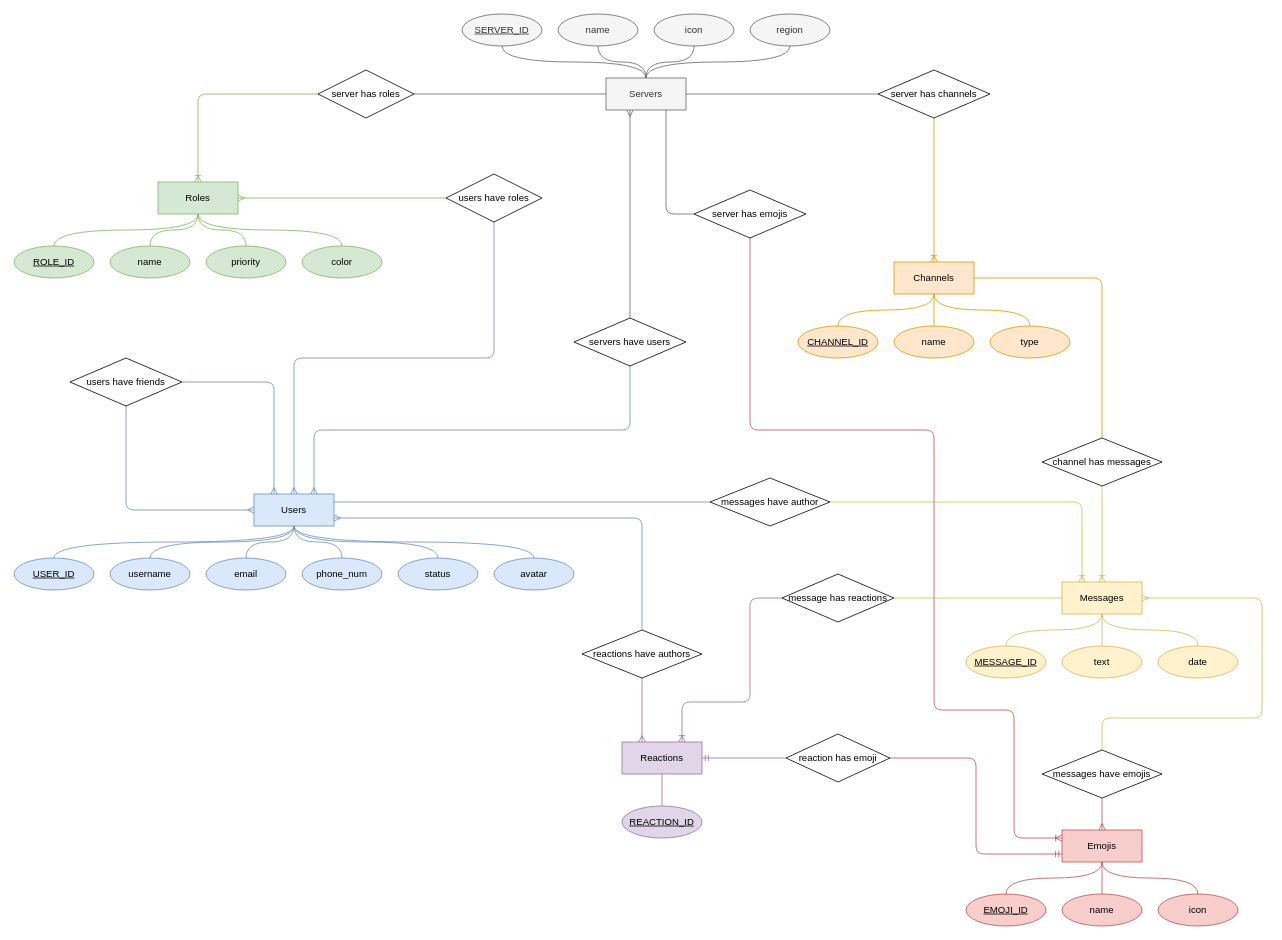
This is diagrams/Discord_ER.drawio from Mruzik1/Database-Application, a draw.io file, before an edit. Source tidied: cells renumbered, new cells numbered last; positions are measured from the earlier drawing's top-left corner, leaving out a move shared by most shapes. Both pictures are drawn from the tidied source at 80%, with x=0, y=0 at pixel (14, 14).
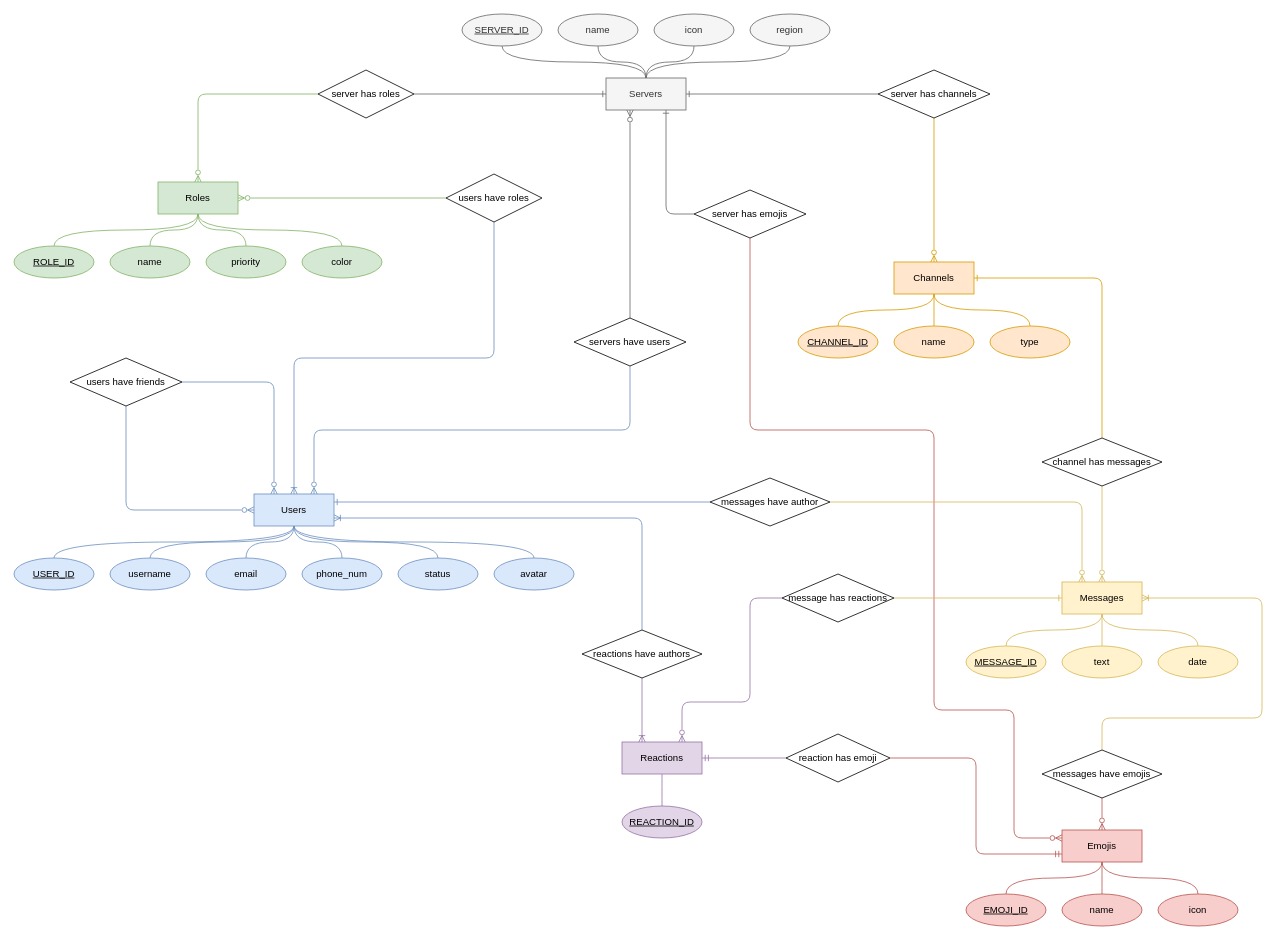
The same page after the edit.

The change refers to these unchanged cells:
```xml
<mxCell id="6" value="Emojis" style="whiteSpace=wrap;html=1;align=center;fillColor=#f8cecc;strokeColor=#b85450;" parent="1" vertex="1">
  <mxGeometry x="1310" y="1020" width="100" height="40" as="geometry" />
</mxCell>
<mxCell id="10" value="Channels" style="whiteSpace=wrap;html=1;align=center;fillColor=#ffe6cc;strokeColor=#d79b00;" parent="1" vertex="1">
  <mxGeometry x="1100" y="310" width="100" height="40" as="geometry" />
</mxCell>
<mxCell id="17" value="Servers" style="whiteSpace=wrap;html=1;align=center;fillColor=#f5f5f5;fontColor=#333333;strokeColor=#666666;" parent="1" vertex="1">
  <mxGeometry x="740" y="80" width="100" height="40" as="geometry" />
</mxCell>
<mxCell id="21" value="Messages" style="whiteSpace=wrap;html=1;align=center;fillColor=#fff2cc;strokeColor=#d6b656;" parent="1" vertex="1">
  <mxGeometry x="1310" y="710" width="100" height="40" as="geometry" />
</mxCell>
<mxCell id="32" value="Users" style="whiteSpace=wrap;html=1;align=center;fillColor=#dae8fc;strokeColor=#6c8ebf;" parent="1" vertex="1">
  <mxGeometry x="300" y="600" width="100" height="40" as="geometry" />
</mxCell>
<mxCell id="38" value="Roles" style="whiteSpace=wrap;html=1;align=center;fillColor=#d5e8d4;strokeColor=#82b366;" parent="1" vertex="1">
  <mxGeometry x="180" y="210" width="100" height="40" as="geometry" />
</mxCell>
<mxCell id="63" value="Reactions" style="whiteSpace=wrap;html=1;align=center;fillColor=#e1d5e7;strokeColor=#9673a6;" parent="1" vertex="1">
  <mxGeometry x="760" y="910" width="100" height="40" as="geometry" />
</mxCell>
<mxCell id="69" value="users have friends" style="shape=rhombus;perimeter=rhombusPerimeter;whiteSpace=wrap;html=1;align=center;" parent="1" vertex="1">
  <mxGeometry x="70" y="430" width="140" height="60" as="geometry" />
</mxCell>
<mxCell id="71" value="servers have users" style="shape=rhombus;perimeter=rhombusPerimeter;whiteSpace=wrap;html=1;align=center;" parent="1" vertex="1">
  <mxGeometry x="700" y="380" width="140" height="60" as="geometry" />
</mxCell>
<mxCell id="74" value="server has channels" style="shape=rhombus;perimeter=rhombusPerimeter;whiteSpace=wrap;html=1;align=center;" parent="1" vertex="1">
  <mxGeometry x="1080" y="70" width="140" height="60" as="geometry" />
</mxCell>
<mxCell id="77" value="channel has messages" style="shape=rhombus;perimeter=rhombusPerimeter;whiteSpace=wrap;html=1;align=center;" parent="1" vertex="1">
  <mxGeometry x="1285" y="530" width="150" height="60" as="geometry" />
</mxCell>
<mxCell id="79" value="server has roles" style="shape=rhombus;perimeter=rhombusPerimeter;whiteSpace=wrap;html=1;align=center;" parent="1" vertex="1">
  <mxGeometry x="380" y="70" width="120" height="60" as="geometry" />
</mxCell>
<mxCell id="80" value="users have roles" style="shape=rhombus;perimeter=rhombusPerimeter;whiteSpace=wrap;html=1;align=center;" parent="1" vertex="1">
  <mxGeometry x="540" y="200" width="120" height="60" as="geometry" />
</mxCell>
<mxCell id="82" value="messages have author" style="shape=rhombus;perimeter=rhombusPerimeter;whiteSpace=wrap;html=1;align=center;" parent="1" vertex="1">
  <mxGeometry x="870" y="580" width="150" height="60" as="geometry" />
</mxCell>
<mxCell id="84" value="messages have emojis" style="shape=rhombus;perimeter=rhombusPerimeter;whiteSpace=wrap;html=1;align=center;" parent="1" vertex="1">
  <mxGeometry x="1285" y="920" width="150" height="60" as="geometry" />
</mxCell>
<mxCell id="88" value="reactions have authors" style="shape=rhombus;perimeter=rhombusPerimeter;whiteSpace=wrap;html=1;align=center;" parent="1" vertex="1">
  <mxGeometry x="710" y="770" width="150" height="60" as="geometry" />
</mxCell>
<mxCell id="90" value="message has reactions" style="shape=rhombus;perimeter=rhombusPerimeter;whiteSpace=wrap;html=1;align=center;" parent="1" vertex="1">
  <mxGeometry x="960" y="700" width="140" height="60" as="geometry" />
</mxCell>
<mxCell id="92" value="server has emojis" style="shape=rhombus;perimeter=rhombusPerimeter;whiteSpace=wrap;html=1;align=center;" parent="1" vertex="1">
  <mxGeometry x="850" y="220" width="140" height="60" as="geometry" />
</mxCell>
```

Diff of the diagram source:
```diff
@@
-    <mxCell id="5" style="edgeStyle=orthogonalEdgeStyle;rounded=1;jettySize=auto;html=1;entryX=0.5;entryY=1;entryDx=0;entryDy=0;fillColor=#f8cecc;strokeColor=#b85450;endArrow=none;endFill=0;startArrow=ERmany;startFill=0;" parent="1" edge="1" source="6" target="84">
+    <mxCell id="5" style="edgeStyle=orthogonalEdgeStyle;rounded=1;jettySize=auto;html=1;entryX=0.5;entryY=1;entryDx=0;entryDy=0;fillColor=#f8cecc;strokeColor=#b85450;endArrow=none;endFill=0;startArrow=ERzeroToMany;startFill=0;" parent="1" edge="1" source="6" target="84">
       <mxGeometry relative="1" as="geometry" />
     </mxCell>
@@
-    <mxCell id="15" style="edgeStyle=orthogonalEdgeStyle;rounded=0;jettySize=auto;html=1;entryX=1;entryY=0.5;entryDx=0;entryDy=0;fillColor=#f5f5f5;strokeColor=#666666;endArrow=none;endFill=0;" parent="1" edge="1" source="17" target="79">
+    <mxCell id="15" style="edgeStyle=orthogonalEdgeStyle;rounded=0;jettySize=auto;html=1;entryX=1;entryY=0.5;entryDx=0;entryDy=0;fillColor=#f5f5f5;strokeColor=#666666;endArrow=none;endFill=0;startArrow=ERone;startFill=0;" parent="1" edge="1" source="17" target="79">
       <mxGeometry relative="1" as="geometry" />
     </mxCell>
-    <mxCell id="16" style="edgeStyle=orthogonalEdgeStyle;rounded=1;jettySize=auto;html=1;exitX=0.5;exitY=1;exitDx=0;exitDy=0;entryX=0;entryY=0.25;entryDx=0;entryDy=0;startArrow=none;fillColor=#f8cecc;strokeColor=#b85450;endArrow=ERoneToMany;endFill=0;" parent="1" edge="1" source="92" target="6">
+    <mxCell id="16" style="edgeStyle=orthogonalEdgeStyle;rounded=1;jettySize=auto;html=1;exitX=0.5;exitY=1;exitDx=0;exitDy=0;entryX=0;entryY=0.25;entryDx=0;entryDy=0;startArrow=none;fillColor=#f8cecc;strokeColor=#b85450;endArrow=ERzeroToMany;endFill=0;" parent="1" edge="1" source="92" target="6">
       <mxGeometry relative="1" as="geometry">
         <Array as="points">
           <mxPoint x="920" y="520" />
           <mxPoint x="1150" y="520" />
           <mxPoint x="1150" y="870" />
           <mxPoint x="1250" y="870" />
           <mxPoint x="1250" y="1030" />
         </Array>
       </mxGeometry>
     </mxCell>
@@
-    <mxCell id="28" style="edgeStyle=orthogonalEdgeStyle;rounded=1;jettySize=auto;html=1;exitX=0.25;exitY=0;exitDx=0;exitDy=0;entryX=1;entryY=0.5;entryDx=0;entryDy=0;endArrow=none;endFill=0;fillColor=#dae8fc;strokeColor=#6c8ebf;startArrow=ERmany;startFill=0;" parent="1" edge="1" source="32" target="69">
+    <mxCell id="28" style="edgeStyle=orthogonalEdgeStyle;rounded=1;jettySize=auto;html=1;exitX=0.25;exitY=0;exitDx=0;exitDy=0;entryX=1;entryY=0.5;entryDx=0;entryDy=0;endArrow=none;endFill=0;fillColor=#dae8fc;strokeColor=#6c8ebf;startArrow=ERzeroToMany;startFill=0;" parent="1" edge="1" source="32" target="69">
       <mxGeometry relative="1" as="geometry">
         <Array as="points">
           <mxPoint x="325" y="460" />
         </Array>
       </mxGeometry>
     </mxCell>
-    <mxCell id="29" style="edgeStyle=orthogonalEdgeStyle;rounded=1;jettySize=auto;html=1;entryX=0.5;entryY=1;entryDx=0;entryDy=0;endArrow=none;endFill=0;startArrow=ERmany;startFill=0;fillColor=#dae8fc;strokeColor=#6c8ebf;exitX=0.75;exitY=0;exitDx=0;exitDy=0;" parent="1" edge="1" source="32" target="71">
+    <mxCell id="29" style="edgeStyle=orthogonalEdgeStyle;rounded=1;jettySize=auto;html=1;entryX=0.5;entryY=1;entryDx=0;entryDy=0;endArrow=none;endFill=0;startArrow=ERzeroToMany;startFill=0;fillColor=#dae8fc;strokeColor=#6c8ebf;exitX=0.75;exitY=0;exitDx=0;exitDy=0;" parent="1" edge="1" source="32" target="71">
       <mxGeometry relative="1" as="geometry">
         <Array as="points">
           <mxPoint x="375" y="520" />
           <mxPoint x="770" y="520" />
         </Array>
       </mxGeometry>
     </mxCell>
-    <mxCell id="30" style="edgeStyle=orthogonalEdgeStyle;rounded=1;jettySize=auto;html=1;entryX=0.5;entryY=1;entryDx=0;entryDy=0;endArrow=none;endFill=0;startArrow=ERmany;startFill=0;fillColor=#dae8fc;strokeColor=#6c8ebf;" parent="1" edge="1" source="32" target="80">
+    <mxCell id="30" style="edgeStyle=orthogonalEdgeStyle;rounded=1;jettySize=auto;html=1;entryX=0.5;entryY=1;entryDx=0;entryDy=0;endArrow=none;endFill=0;startArrow=ERoneToMany;startFill=0;fillColor=#dae8fc;strokeColor=#6c8ebf;" parent="1" edge="1" source="32" target="80">
       <mxGeometry relative="1" as="geometry">
         <Array as="points">
           <mxPoint x="350" y="430" />
           <mxPoint x="600" y="430" />
         </Array>
       </mxGeometry>
     </mxCell>
-    <mxCell id="31" style="edgeStyle=orthogonalEdgeStyle;rounded=0;jettySize=auto;html=1;entryX=0;entryY=0.5;entryDx=0;entryDy=0;endArrow=none;endFill=0;fillColor=#dae8fc;strokeColor=#6c8ebf;exitX=1;exitY=0.25;exitDx=0;exitDy=0;" parent="1" edge="1" source="32" target="82">
+    <mxCell id="31" style="edgeStyle=orthogonalEdgeStyle;rounded=0;jettySize=auto;html=1;entryX=0;entryY=0.5;entryDx=0;entryDy=0;endArrow=none;endFill=0;fillColor=#dae8fc;strokeColor=#6c8ebf;exitX=1;exitY=0.25;exitDx=0;exitDy=0;startArrow=ERone;startFill=0;" parent="1" edge="1" source="32" target="82">
       <mxGeometry relative="1" as="geometry">
         <Array as="points">
           <mxPoint x="870" y="610" />
         </Array>
       </mxGeometry>
     </mxCell>
@@
-    <mxCell id="37" style="edgeStyle=orthogonalEdgeStyle;rounded=0;jettySize=auto;html=1;entryX=0;entryY=0.5;entryDx=0;entryDy=0;endArrow=none;endFill=0;startArrow=ERmany;startFill=0;fillColor=#d5e8d4;strokeColor=#82b366;" parent="1" edge="1" source="38" target="80">
+    <mxCell id="37" style="edgeStyle=orthogonalEdgeStyle;rounded=0;jettySize=auto;html=1;entryX=0;entryY=0.5;entryDx=0;entryDy=0;endArrow=none;endFill=0;startArrow=ERzeroToMany;startFill=0;fillColor=#d5e8d4;strokeColor=#82b366;" parent="1" edge="1" source="38" target="80">
       <mxGeometry relative="1" as="geometry" />
     </mxCell>
@@
-    <mxCell id="61" style="edgeStyle=orthogonalEdgeStyle;rounded=0;jettySize=auto;html=1;entryX=0.5;entryY=1;entryDx=0;entryDy=0;endArrow=none;endFill=0;startArrow=ERmany;startFill=0;fillColor=#e1d5e7;strokeColor=#9673a6;exitX=0.25;exitY=0;exitDx=0;exitDy=0;" parent="1" edge="1" source="63" target="88">
+    <mxCell id="61" style="edgeStyle=orthogonalEdgeStyle;rounded=0;jettySize=auto;html=1;entryX=0.5;entryY=1;entryDx=0;entryDy=0;endArrow=none;endFill=0;startArrow=ERoneToMany;startFill=0;fillColor=#e1d5e7;strokeColor=#9673a6;exitX=0.25;exitY=0;exitDx=0;exitDy=0;" parent="1" edge="1" source="63" target="88">
       <mxGeometry relative="1" as="geometry" />
     </mxCell>
-    <mxCell id="62" style="edgeStyle=orthogonalEdgeStyle;rounded=1;jettySize=auto;html=1;entryX=0;entryY=0.5;entryDx=0;entryDy=0;exitX=0.75;exitY=0;exitDx=0;exitDy=0;endArrow=none;endFill=0;fillColor=#e1d5e7;strokeColor=#9673a6;startArrow=ERoneToMany;startFill=0;" parent="1" edge="1" source="63" target="90">
+    <mxCell id="62" style="edgeStyle=orthogonalEdgeStyle;rounded=1;jettySize=auto;html=1;entryX=0;entryY=0.5;entryDx=0;entryDy=0;exitX=0.75;exitY=0;exitDx=0;exitDy=0;endArrow=none;endFill=0;fillColor=#e1d5e7;strokeColor=#9673a6;startArrow=ERzeroToMany;startFill=0;" parent="1" edge="1" source="63" target="90">
       <mxGeometry relative="1" as="geometry">
         <Array as="points">
           <mxPoint x="835" y="860" />
           <mxPoint x="920" y="860" />
           <mxPoint x="920" y="730" />
         </Array>
       </mxGeometry>
     </mxCell>
@@
-    <mxCell id="68" style="edgeStyle=orthogonalEdgeStyle;rounded=1;jettySize=auto;html=1;endArrow=ERmany;endFill=0;fillColor=#dae8fc;strokeColor=#6c8ebf;entryX=0;entryY=0.5;entryDx=0;entryDy=0;" parent="1" edge="1" source="69" target="32">
+    <mxCell id="68" style="edgeStyle=orthogonalEdgeStyle;rounded=1;jettySize=auto;html=1;endArrow=ERzeroToMany;endFill=0;fillColor=#dae8fc;strokeColor=#6c8ebf;entryX=0;entryY=0.5;entryDx=0;entryDy=0;" parent="1" edge="1" source="69" target="32">
       <mxGeometry relative="1" as="geometry">
         <Array as="points">
           <mxPoint x="140" y="620" />
         </Array>
       </mxGeometry>
     </mxCell>
@@
-    <mxCell id="70" style="edgeStyle=orthogonalEdgeStyle;rounded=0;jettySize=auto;html=1;entryX=0.5;entryY=1;entryDx=0;entryDy=0;endArrow=ERmany;endFill=0;fillColor=#f5f5f5;strokeColor=#666666;" parent="1" edge="1" source="71">
+    <mxCell id="70" style="edgeStyle=orthogonalEdgeStyle;rounded=0;jettySize=auto;html=1;entryX=0.5;entryY=1;entryDx=0;entryDy=0;endArrow=ERzeroToMany;endFill=0;fillColor=#f5f5f5;strokeColor=#666666;" parent="1" edge="1" source="71">
       <mxGeometry relative="1" as="geometry">
         <mxPoint x="770" y="120" as="targetPoint" />
       </mxGeometry>
     </mxCell>
@@
-    <mxCell id="72" style="edgeStyle=orthogonalEdgeStyle;rounded=1;jettySize=auto;html=1;entryX=0.5;entryY=0;entryDx=0;entryDy=0;fillColor=#ffe6cc;strokeColor=#d79b00;endArrow=ERoneToMany;endFill=0;" parent="1" edge="1" source="74" target="10">
+    <mxCell id="72" style="edgeStyle=orthogonalEdgeStyle;rounded=1;jettySize=auto;html=1;entryX=0.5;entryY=0;entryDx=0;entryDy=0;fillColor=#ffe6cc;strokeColor=#d79b00;endArrow=ERzeroToMany;endFill=0;" parent="1" edge="1" source="74" target="10">
       <mxGeometry relative="1" as="geometry" />
     </mxCell>
-    <mxCell id="73" style="edgeStyle=orthogonalEdgeStyle;rounded=0;jettySize=auto;html=1;entryX=1;entryY=0.5;entryDx=0;entryDy=0;fillColor=#f5f5f5;strokeColor=#666666;endArrow=none;endFill=0;" parent="1" edge="1" source="74" target="17">
+    <mxCell id="73" style="edgeStyle=orthogonalEdgeStyle;rounded=0;jettySize=auto;html=1;entryX=1;entryY=0.5;entryDx=0;entryDy=0;fillColor=#f5f5f5;strokeColor=#666666;endArrow=ERone;endFill=0;startArrow=none;startFill=0;" parent="1" edge="1" source="74" target="17">
       <mxGeometry relative="1" as="geometry" />
     </mxCell>
@@
-    <mxCell id="75" style="edgeStyle=orthogonalEdgeStyle;rounded=0;jettySize=auto;html=1;entryX=0.5;entryY=0;entryDx=0;entryDy=0;fillColor=#fff2cc;strokeColor=#d6b656;endArrow=ERoneToMany;endFill=0;" parent="1" edge="1" source="77" target="21">
+    <mxCell id="75" style="edgeStyle=orthogonalEdgeStyle;rounded=0;jettySize=auto;html=1;entryX=0.5;entryY=0;entryDx=0;entryDy=0;fillColor=#fff2cc;strokeColor=#d6b656;endArrow=ERzeroToMany;endFill=0;" parent="1" edge="1" source="77" target="21">
       <mxGeometry relative="1" as="geometry" />
     </mxCell>
-    <mxCell id="76" style="edgeStyle=orthogonalEdgeStyle;rounded=1;jettySize=auto;html=1;entryX=1;entryY=0.5;entryDx=0;entryDy=0;endArrow=none;endFill=0;fillColor=#ffe6cc;strokeColor=#d79b00;" parent="1" edge="1" source="77" target="10">
+    <mxCell id="76" style="edgeStyle=orthogonalEdgeStyle;rounded=1;jettySize=auto;html=1;entryX=1;entryY=0.5;entryDx=0;entryDy=0;endArrow=ERone;endFill=0;fillColor=#ffe6cc;strokeColor=#d79b00;" parent="1" edge="1" source="77" target="10">
       <mxGeometry relative="1" as="geometry">
         <Array as="points">
           <mxPoint x="1360" y="330" />
         </Array>
       </mxGeometry>
     </mxCell>
@@
-    <mxCell id="78" style="edgeStyle=orthogonalEdgeStyle;rounded=1;jettySize=auto;html=1;entryX=0.5;entryY=0;entryDx=0;entryDy=0;fillColor=#d5e8d4;strokeColor=#82b366;endArrow=ERoneToMany;endFill=0;" parent="1" edge="1" source="79" target="38">
+    <mxCell id="78" style="edgeStyle=orthogonalEdgeStyle;rounded=1;jettySize=auto;html=1;entryX=0.5;entryY=0;entryDx=0;entryDy=0;fillColor=#d5e8d4;strokeColor=#82b366;endArrow=ERzeroToMany;endFill=0;" parent="1" edge="1" source="79" target="38">
       <mxGeometry relative="1" as="geometry" />
     </mxCell>
@@
-    <mxCell id="81" style="edgeStyle=orthogonalEdgeStyle;rounded=1;jettySize=auto;html=1;entryX=0.25;entryY=0;entryDx=0;entryDy=0;fillColor=#fff2cc;strokeColor=#d6b656;endArrow=ERoneToMany;endFill=0;" parent="1" edge="1" source="82" target="21">
+    <mxCell id="81" style="edgeStyle=orthogonalEdgeStyle;rounded=1;jettySize=auto;html=1;entryX=0.25;entryY=0;entryDx=0;entryDy=0;fillColor=#fff2cc;strokeColor=#d6b656;endArrow=ERzeroToMany;endFill=0;" parent="1" edge="1" source="82" target="21">
       <mxGeometry relative="1" as="geometry" />
     </mxCell>
@@
-    <mxCell id="83" style="edgeStyle=orthogonalEdgeStyle;rounded=1;jettySize=auto;html=1;entryX=1;entryY=0.5;entryDx=0;entryDy=0;fillColor=#fff2cc;strokeColor=#d6b656;endArrow=ERmany;endFill=0;" parent="1" edge="1" source="84" target="21">
+    <mxCell id="83" style="edgeStyle=orthogonalEdgeStyle;rounded=1;jettySize=auto;html=1;entryX=1;entryY=0.5;entryDx=0;entryDy=0;fillColor=#fff2cc;strokeColor=#d6b656;endArrow=ERoneToMany;endFill=0;" parent="1" edge="1" source="84" target="21">
       <mxGeometry relative="1" as="geometry">
         <Array as="points">
           <mxPoint x="1360" y="880" />
           <mxPoint x="1560" y="880" />
           <mxPoint x="1560" y="730" />
         </Array>
       </mxGeometry>
     </mxCell>
@@
-    <mxCell id="87" style="edgeStyle=orthogonalEdgeStyle;rounded=1;jettySize=auto;html=1;entryX=1;entryY=0.75;entryDx=0;entryDy=0;fillColor=#dae8fc;strokeColor=#6c8ebf;endArrow=ERmany;endFill=0;" parent="1" edge="1" source="88" target="32">
+    <mxCell id="87" style="edgeStyle=orthogonalEdgeStyle;rounded=1;jettySize=auto;html=1;entryX=1;entryY=0.75;entryDx=0;entryDy=0;fillColor=#dae8fc;strokeColor=#6c8ebf;endArrow=ERoneToMany;endFill=0;startArrow=none;startFill=0;" parent="1" edge="1" source="88" target="32">
       <mxGeometry relative="1" as="geometry">
         <Array as="points">
           <mxPoint x="785" y="630" />
         </Array>
       </mxGeometry>
     </mxCell>
@@
-    <mxCell id="89" style="edgeStyle=orthogonalEdgeStyle;rounded=0;jettySize=auto;html=1;entryX=0;entryY=0.5;entryDx=0;entryDy=0;endArrow=none;endFill=0;fillColor=#fff2cc;strokeColor=#d6b656;" parent="1" edge="1" source="90" target="21">
+    <mxCell id="89" style="edgeStyle=orthogonalEdgeStyle;rounded=0;jettySize=auto;html=1;entryX=0;entryY=0.5;entryDx=0;entryDy=0;endArrow=ERone;endFill=0;fillColor=#fff2cc;strokeColor=#d6b656;" parent="1" edge="1" source="90" target="21">
       <mxGeometry relative="1" as="geometry" />
     </mxCell>
@@
-    <mxCell id="91" style="edgeStyle=orthogonalEdgeStyle;rounded=1;jettySize=auto;html=1;exitX=0.75;exitY=1;exitDx=0;exitDy=0;entryX=0;entryY=0.5;entryDx=0;entryDy=0;endArrow=none;fillColor=#f5f5f5;strokeColor=#666666;" parent="1" edge="1" source="17" target="92">
+    <mxCell id="91" style="edgeStyle=orthogonalEdgeStyle;rounded=1;jettySize=auto;html=1;exitX=0.75;exitY=1;exitDx=0;exitDy=0;entryX=0;entryY=0.5;entryDx=0;entryDy=0;endArrow=none;fillColor=#f5f5f5;strokeColor=#666666;startArrow=ERone;startFill=0;" parent="1" edge="1" source="17" target="92">
       <mxGeometry relative="1" as="geometry" />
     </mxCell>
```
